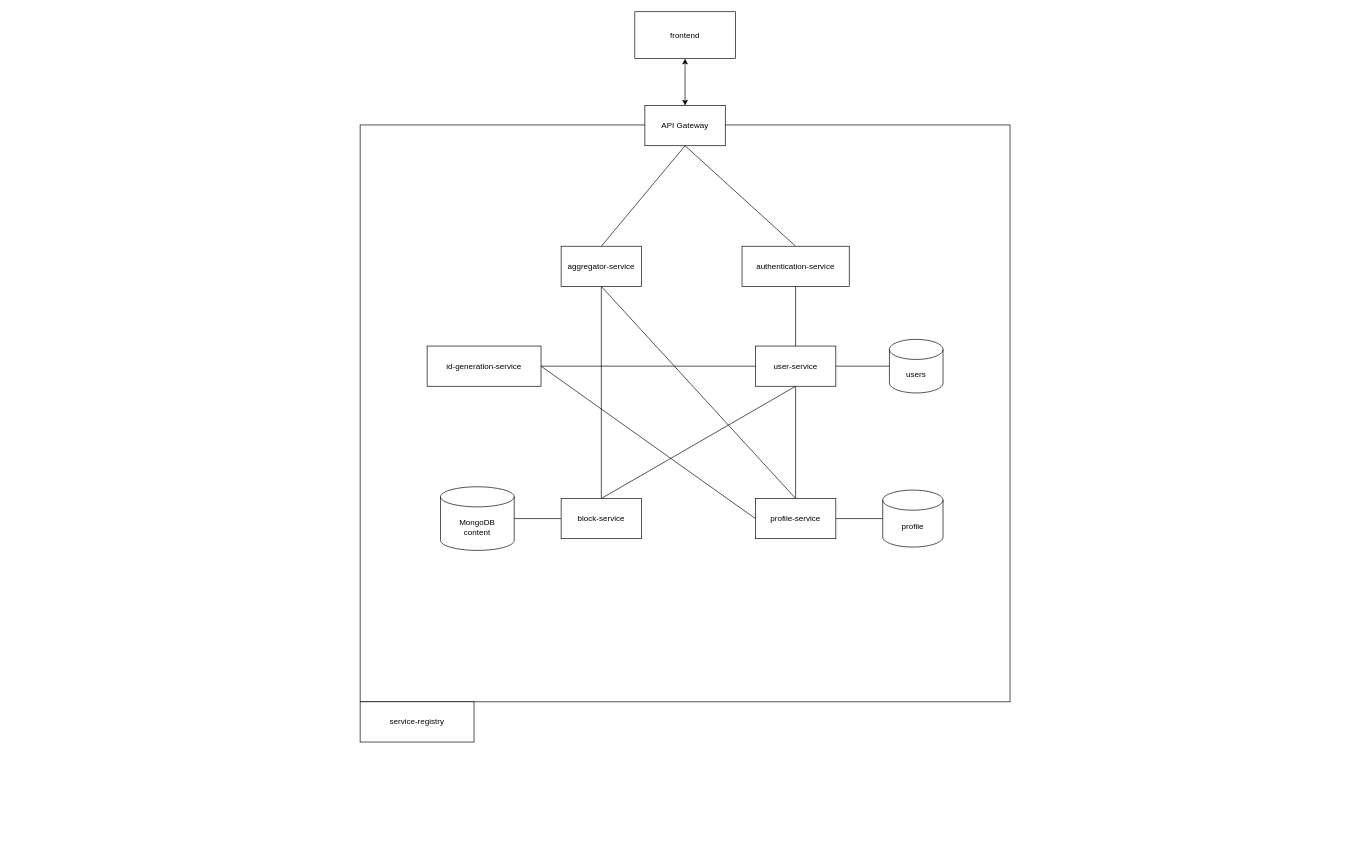
The draw.io diagram ziplink.drawio in shyn9yskhan/ziplink, before the edit. Source tidied: cells renumbered, new cells numbered last; positions are measured from the earlier drawing's top-left corner, leaving out a move shared by most shapes. Both pictures are drawn from the tidied source at 67%, with x=0, y=0 at pixel (360, 11).
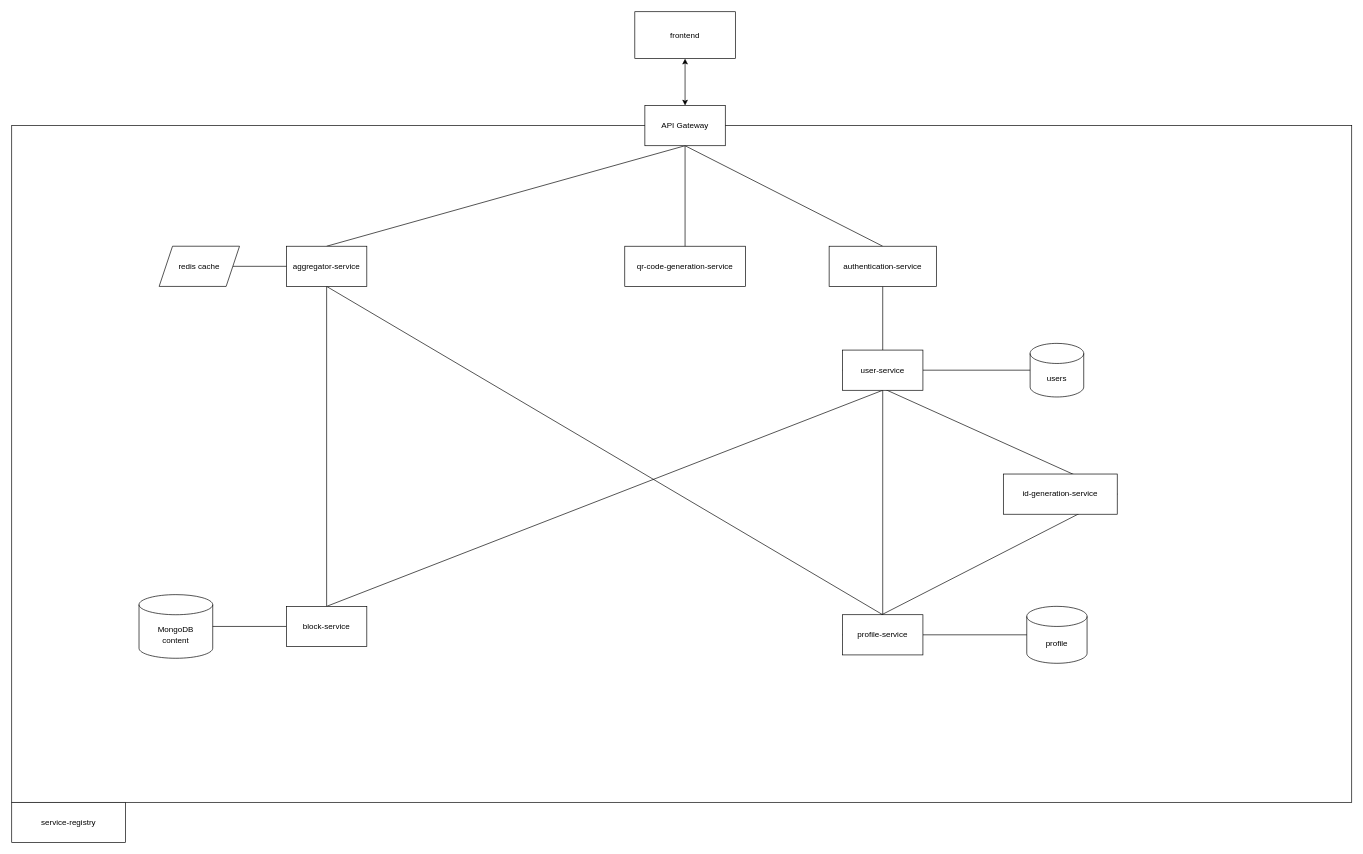
Above is the later version.

Unchanged cells that the change refers to:
```xml
<mxCell id="22" value="API Gateway" style="rounded=0;whiteSpace=wrap;html=1;" parent="1" vertex="1">
  <mxGeometry x="425" y="140" width="120" height="60" as="geometry" />
</mxCell>
```

What changed in the source:
```diff
@@
     <mxCell id="2" style="rounded=0;whiteSpace=wrap;html=1;" parent="1" vertex="1">
-      <mxGeometry y="169" width="970" height="861" as="geometry" />
+      <mxGeometry x="-520" y="170" width="2000" height="1010" as="geometry" />
     </mxCell>
@@
     <mxCell id="7" value="service-registry" style="rounded=0;whiteSpace=wrap;html=1;" parent="1" vertex="1">
-      <mxGeometry y="1030" width="170" height="60" as="geometry" />
+      <mxGeometry x="-520" y="1180" width="170" height="60" as="geometry" />
     </mxCell>
     <mxCell id="8" value="MongoDB&lt;br&gt;content" style="shape=cylinder3;whiteSpace=wrap;html=1;boundedLbl=1;backgroundOutline=1;size=15;" parent="1" vertex="1">
-      <mxGeometry x="120" y="709" width="110" height="95" as="geometry" />
+      <mxGeometry x="-330" y="870" width="110" height="95" as="geometry" />
     </mxCell>
@@
     <mxCell id="10" value="users" style="shape=cylinder3;whiteSpace=wrap;html=1;boundedLbl=1;backgroundOutline=1;size=15;" parent="1" vertex="1">
-      <mxGeometry x="790" y="489" width="80" height="80" as="geometry" />
+      <mxGeometry x="1000" y="495" width="80" height="80" as="geometry" />
     </mxCell>
@@
     <mxCell id="12" value="profile" style="shape=cylinder3;whiteSpace=wrap;html=1;boundedLbl=1;backgroundOutline=1;size=15;" parent="1" vertex="1">
-      <mxGeometry x="780" y="714" width="90" height="85" as="geometry" />
+      <mxGeometry x="995" y="887.5" width="90" height="85" as="geometry" />
     </mxCell>
@@
     <mxCell id="21" value="aggregator-service" style="rounded=0;whiteSpace=wrap;html=1;" parent="1" vertex="1">
-      <mxGeometry x="300" y="350" width="120" height="60" as="geometry" />
+      <mxGeometry x="-110" y="350" width="120" height="60" as="geometry" />
     </mxCell>
@@
     <mxCell id="23" value="authentication-service" style="rounded=0;whiteSpace=wrap;html=1;" parent="1" vertex="1">
-      <mxGeometry x="570" y="350" width="160" height="60" as="geometry" />
+      <mxGeometry x="700" y="350" width="160" height="60" as="geometry" />
     </mxCell>
     <mxCell id="24" value="id-generation-service" style="rounded=0;whiteSpace=wrap;html=1;" parent="1" vertex="1">
-      <mxGeometry x="100" y="499" width="170" height="60" as="geometry" />
+      <mxGeometry x="960" y="690" width="170" height="60" as="geometry" />
     </mxCell>
     <mxCell id="25" value="user-service" style="rounded=0;whiteSpace=wrap;html=1;" parent="1" vertex="1">
-      <mxGeometry x="590" y="499" width="120" height="60" as="geometry" />
+      <mxGeometry x="720" y="505" width="120" height="60" as="geometry" />
     </mxCell>
     <mxCell id="26" value="block-service" style="rounded=0;whiteSpace=wrap;html=1;" parent="1" vertex="1">
-      <mxGeometry x="300" y="726.5" width="120" height="60" as="geometry" />
+      <mxGeometry x="-110" y="887.5" width="120" height="60" as="geometry" />
     </mxCell>
     <mxCell id="27" value="profile-service" style="rounded=0;whiteSpace=wrap;html=1;" parent="1" vertex="1">
-      <mxGeometry x="590" y="726.5" width="120" height="60" as="geometry" />
+      <mxGeometry x="720" y="900" width="120" height="60" as="geometry" />
     </mxCell>
+    <mxCell id="28" style="endArrow=none;html=1;rounded=0;entryX=1;entryY=0.5;entryDx=0;entryDy=0;exitX=0;exitY=0.5;exitDx=0;exitDy=0;" parent="1" edge="1" source="21" target="29">
+      <mxGeometry relative="1" as="geometry" />
+    </mxCell>
+    <mxCell id="29" value="redis cache" style="shape=parallelogram;perimeter=parallelogramPerimeter;whiteSpace=wrap;html=1;fixedSize=1;" parent="1" vertex="1">
+      <mxGeometry x="-300" y="350" width="120" height="60" as="geometry" />
+    </mxCell>
+    <mxCell id="30" value="qr-code-generation-service" style="rounded=0;whiteSpace=wrap;html=1;" parent="1" vertex="1">
+      <mxGeometry x="395" y="350" width="180" height="60" as="geometry" />
+    </mxCell>
+    <mxCell id="31" style="endArrow=none;html=1;rounded=0;exitX=0.5;exitY=0;exitDx=0;exitDy=0;entryX=0.5;entryY=1;entryDx=0;entryDy=0;" parent="1" edge="1" source="30" target="22">
+      <mxGeometry relative="1" as="geometry" />
+    </mxCell>
```
